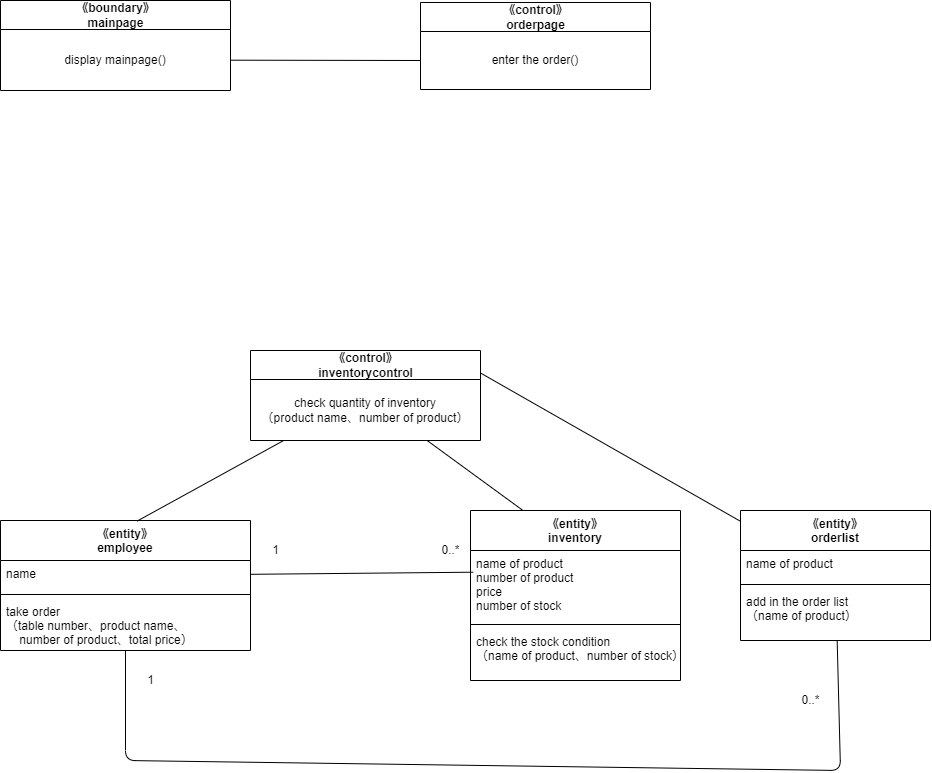
Above: psp4/設計モデルのクラス/設計モデルクラス図_オーダー.drawio.png in MasakiHiguchi/--- (draw.io), before the change. Source tidied: cells renumbered, new cells last; positions are measured from the earlier drawing's top-left corner, leaving out a move shared by most shapes.
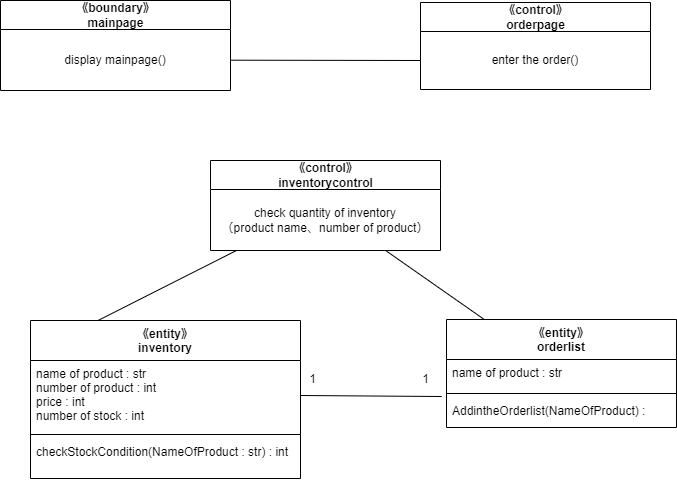
After the change.

Change to the diagram source:
```diff
@@ -2,42 +2,18 @@
   <root>
     <mxCell id="0" />
     <mxCell id="1" parent="0" />
-    <mxCell id="2" value="《entity》&#10;employee" style="swimlane;fontStyle=1;align=center;verticalAlign=top;horizontal=1;startSize=40;" parent="1" vertex="1">
-      <mxGeometry y="520" width="250" height="130" as="geometry" />
-    </mxCell>
-    <mxCell id="3" value="name" style="text;strokeColor=none;fillColor=none;align=left;verticalAlign=top;spacingLeft=4;spacingRight=4;overflow=hidden;points=[[0,0.5],[1,0.5]];portConstraint=eastwest;" parent="2" vertex="1">
-      <mxGeometry y="40" width="250" height="30" as="geometry" />
-    </mxCell>
-    <mxCell id="4" style="line;strokeWidth=1;fillColor=none;align=left;verticalAlign=middle;spacingTop=-1;spacingLeft=3;spacingRight=3;labelPosition=right;strokeColor=inherit;" parent="2" vertex="1">
-      <mxGeometry y="70" width="250" height="8" as="geometry" />
-    </mxCell>
-    <mxCell id="5" value="take order&#10;（table number、product name、&#10;    number of product、total price）" style="text;strokeColor=none;fillColor=none;align=left;verticalAlign=top;spacingLeft=4;spacingRight=4;overflow=hidden;" parent="2" vertex="1">
-      <mxGeometry y="78" width="250" height="52" as="geometry" />
-    </mxCell>
     <mxCell id="6" value="《entity》&#10;inventory" style="swimlane;fontStyle=1;align=center;verticalAlign=top;horizontal=1;startSize=40;" parent="1" vertex="1">
-      <mxGeometry x="470" y="510" width="210" height="170" as="geometry" />
+      <mxGeometry x="70" y="510" width="270" height="158" as="geometry" />
     </mxCell>
-    <mxCell id="7" value="name of product&#10;number of product&#10;price&#10;number of stock" style="text;strokeColor=none;fillColor=none;align=left;verticalAlign=top;spacingLeft=4;spacingRight=4;overflow=hidden;points=[[0,0.5],[1,0.5]];portConstraint=eastwest;" parent="6" vertex="1">
-      <mxGeometry y="40" width="210" height="70" as="geometry" />
+    <mxCell id="7" value="name of product : str&#10;number of product : int&#10;price : int&#10;number of stock : int" style="text;strokeColor=none;fillColor=none;align=left;verticalAlign=top;spacingLeft=4;spacingRight=4;overflow=hidden;points=[[0,0.5],[1,0.5]];portConstraint=eastwest;" parent="6" vertex="1">
+      <mxGeometry y="40" width="270" height="70" as="geometry" />
     </mxCell>
     <mxCell id="8" style="line;strokeWidth=1;fillColor=none;align=left;verticalAlign=middle;spacingTop=-1;spacingLeft=3;spacingRight=3;labelPosition=right;strokeColor=inherit;" parent="6" vertex="1">
-      <mxGeometry y="110" width="210" height="8" as="geometry" />
+      <mxGeometry y="110" width="270" height="8" as="geometry" />
     </mxCell>
-    <mxCell id="9" value="check the stock condition&#10;（name of product、number of stock）" style="text;strokeColor=none;fillColor=none;align=left;verticalAlign=top;spacingLeft=4;spacingRight=4;overflow=hidden;" parent="6" vertex="1">
-      <mxGeometry y="118" width="210" height="52" as="geometry" />
+    <mxCell id="9" value="checkStockCondition(NameOfProduct : str) : int" style="text;strokeColor=none;fillColor=none;align=left;verticalAlign=top;spacingLeft=4;spacingRight=4;overflow=hidden;" parent="6" vertex="1">
+      <mxGeometry y="118" width="270" height="40" as="geometry" />
     </mxCell>
-    <mxCell id="10" style="edgeStyle=none;html=1;entryX=0.013;entryY=0.31;entryDx=0;entryDy=0;entryPerimeter=0;endArrow=none;endFill=0;" parent="1" edge="1" source="3" target="7">
-      <mxGeometry relative="1" as="geometry" />
-    </mxCell>
-    <mxCell id="11" value="1" style="text;html=1;align=center;verticalAlign=middle;strokeColor=none;fillColor=none;" parent="1" vertex="1">
-      <mxGeometry x="260" y="535" width="30" height="30" as="geometry" />
-    </mxCell>
-    <mxCell id="12" value="0..*" style="text;html=1;align=center;verticalAlign=middle;strokeColor=none;fillColor=none;" parent="1" vertex="1">
-      <mxGeometry x="430" y="535" width="40" height="30" as="geometry" />
-    </mxCell>
-    <mxCell id="13" style="edgeStyle=none;html=1;entryX=0.547;entryY=0.004;entryDx=0;entryDy=0;entryPerimeter=0;endArrow=none;endFill=0;" parent="1" edge="1" source="15" target="2">
-      <mxGeometry relative="1" as="geometry" />
-    </mxCell>
     <mxCell id="14" style="edgeStyle=none;html=1;entryX=0.25;entryY=0;entryDx=0;entryDy=0;endArrow=none;endFill=0;" parent="1" edge="1" source="15" target="6">
       <mxGeometry relative="1" as="geometry" />
     </mxCell>
@@ -48,13 +24,13 @@
       <mxGeometry y="29" width="230" height="61" as="geometry" />
     </mxCell>
     <mxCell id="17" value="《boundary》&lt;br&gt;mainpage" style="swimlane;fontStyle=1;align=center;verticalAlign=middle;horizontal=1;startSize=29;html=1;" parent="1" vertex="1">
-      <mxGeometry width="230" height="90" as="geometry" />
+      <mxGeometry x="40" y="190" width="230" height="90" as="geometry" />
     </mxCell>
     <mxCell id="18" value="display mainpage()" style="text;html=1;strokeColor=none;fillColor=none;align=center;verticalAlign=middle;spacingLeft=4;spacingRight=4;overflow=hidden;points=[[0,0.5],[1,0.5]];portConstraint=eastwest;" parent="17" vertex="1">
       <mxGeometry y="29" width="230" height="61" as="geometry" />
     </mxCell>
     <mxCell id="19" value="《control》&lt;br&gt;orderpage" style="swimlane;fontStyle=1;align=center;verticalAlign=middle;horizontal=1;startSize=29;html=1;" parent="1" vertex="1">
-      <mxGeometry x="420" y="2" width="230" height="87" as="geometry" />
+      <mxGeometry x="460" y="192" width="230" height="87" as="geometry" />
     </mxCell>
     <mxCell id="20" value="enter the order()" style="text;html=1;strokeColor=none;fillColor=none;align=center;verticalAlign=middle;spacingLeft=4;spacingRight=4;overflow=hidden;points=[[0,0.5],[1,0.5]];portConstraint=eastwest;" parent="19" vertex="1">
       <mxGeometry y="29" width="230" height="58" as="geometry" />
@@ -62,34 +38,29 @@
     <mxCell id="21" style="edgeStyle=none;html=1;entryX=0;entryY=0.5;entryDx=0;entryDy=0;endArrow=none;endFill=0;" parent="1" edge="1" source="18" target="20">
       <mxGeometry relative="1" as="geometry" />
     </mxCell>
-    <mxCell id="22" style="edgeStyle=none;html=1;endArrow=none;endFill=0;" parent="1" edge="1" source="24" target="2">
-      <mxGeometry relative="1" as="geometry">
-        <Array as="points">
-          <mxPoint x="840" y="770" />
-          <mxPoint x="125" y="760" />
-        </Array>
-      </mxGeometry>
-    </mxCell>
-    <mxCell id="23" style="edgeStyle=none;html=1;entryX=1;entryY=0.25;entryDx=0;entryDy=0;endArrow=none;endFill=0;" parent="1" edge="1" source="24" target="15">
+    <mxCell id="23" style="edgeStyle=none;html=1;entryX=0.761;entryY=0.999;entryDx=0;entryDy=0;endArrow=none;endFill=0;entryPerimeter=0;" parent="1" edge="1" source="24" target="16">
       <mxGeometry relative="1" as="geometry" />
     </mxCell>
     <mxCell id="24" value="《entity》&#10;orderlist" style="swimlane;fontStyle=1;align=center;verticalAlign=top;horizontal=1;startSize=40;" parent="1" vertex="1">
-      <mxGeometry x="740" y="510" width="190" height="130" as="geometry" />
+      <mxGeometry x="486" y="509" width="230" height="108" as="geometry" />
     </mxCell>
-    <mxCell id="25" value="name of product" style="text;strokeColor=none;fillColor=none;align=left;verticalAlign=top;spacingLeft=4;spacingRight=4;overflow=hidden;" parent="24" vertex="1">
-      <mxGeometry y="40" width="190" height="30" as="geometry" />
+    <mxCell id="25" value="name of product : str" style="text;strokeColor=none;fillColor=none;align=left;verticalAlign=top;spacingLeft=4;spacingRight=4;overflow=hidden;" parent="24" vertex="1">
+      <mxGeometry y="40" width="230" height="30" as="geometry" />
     </mxCell>
     <mxCell id="26" style="line;strokeWidth=1;fillColor=none;align=left;verticalAlign=middle;spacingTop=-1;spacingLeft=3;spacingRight=3;labelPosition=right;strokeColor=inherit;" parent="24" vertex="1">
-      <mxGeometry y="70" width="190" height="8" as="geometry" />
+      <mxGeometry y="70" width="230" height="8" as="geometry" />
     </mxCell>
-    <mxCell id="27" value="add in the order list&#10;（name of product）" style="text;strokeColor=none;fillColor=none;align=left;verticalAlign=top;spacingLeft=4;spacingRight=4;overflow=hidden;points=[[0,0.5],[1,0.5]];portConstraint=eastwest;" parent="24" vertex="1">
-      <mxGeometry y="78" width="190" height="52" as="geometry" />
+    <mxCell id="27" value="AddintheOrderlist(NameOfProduct) : " style="text;strokeColor=none;fillColor=none;align=left;verticalAlign=top;spacingLeft=4;spacingRight=4;overflow=hidden;points=[[0,0.5],[1,0.5]];portConstraint=eastwest;" parent="24" vertex="1">
+      <mxGeometry y="78" width="230" height="30" as="geometry" />
     </mxCell>
-    <mxCell id="28" value="1" style="text;html=1;align=center;verticalAlign=middle;strokeColor=none;fillColor=none;" parent="1" vertex="1">
-      <mxGeometry x="135" y="665" width="30" height="30" as="geometry" />
-    </mxCell>
-    <mxCell id="29" value="0..*" style="text;html=1;align=center;verticalAlign=middle;strokeColor=none;fillColor=none;" parent="1" vertex="1">
-      <mxGeometry x="790" y="685" width="40" height="30" as="geometry" />
-    </mxCell>
+    <mxCell id="30" style="edgeStyle=none;html=1;exitX=1;exitY=0.5;exitDx=0;exitDy=0;entryX=-0.021;entryY=-0.033;entryDx=0;entryDy=0;entryPerimeter=0;endArrow=none;endFill=0;" parent="1" edge="1" source="7" target="27">
+      <mxGeometry relative="1" as="geometry" />
+    </mxCell>
+    <mxCell id="31" value="1" style="text;html=1;align=center;verticalAlign=middle;strokeColor=none;fillColor=none;" parent="1" vertex="1">
+      <mxGeometry x="337" y="554" width="30" height="30" as="geometry" />
+    </mxCell>
+    <mxCell id="32" value="1" style="text;html=1;align=center;verticalAlign=middle;strokeColor=none;fillColor=none;" parent="1" vertex="1">
+      <mxGeometry x="450" y="554" width="30" height="30" as="geometry" />
+    </mxCell>
   </root>
 </mxGraphModel>
```
